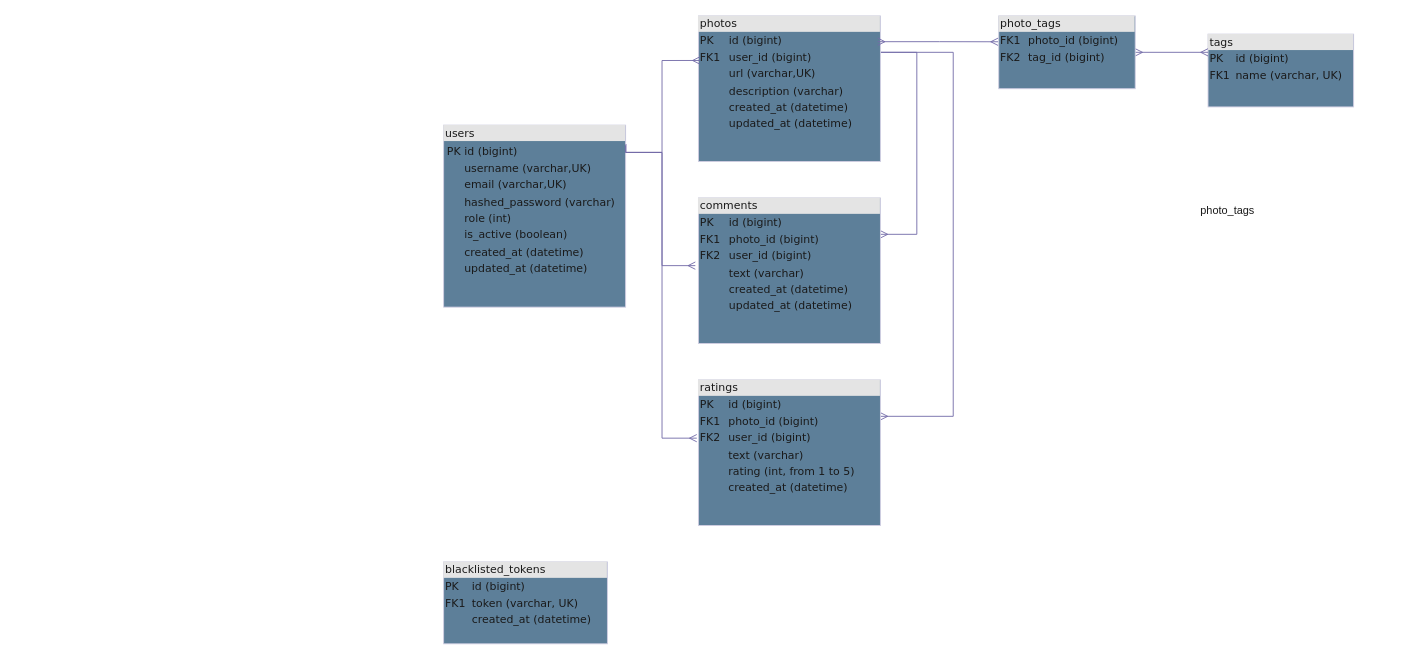
Earlier version of the draw.io diagram PhotoShare.drawio (ValKurta/PhotoShare). Source tidied: cells renumbered, new cells numbered last; positions are measured from the earlier drawing's top-left corner, leaving out a move shared by most shapes. Both pictures are drawn from the tidied source at 91%, with x=0, y=0 at pixel (443, 15).
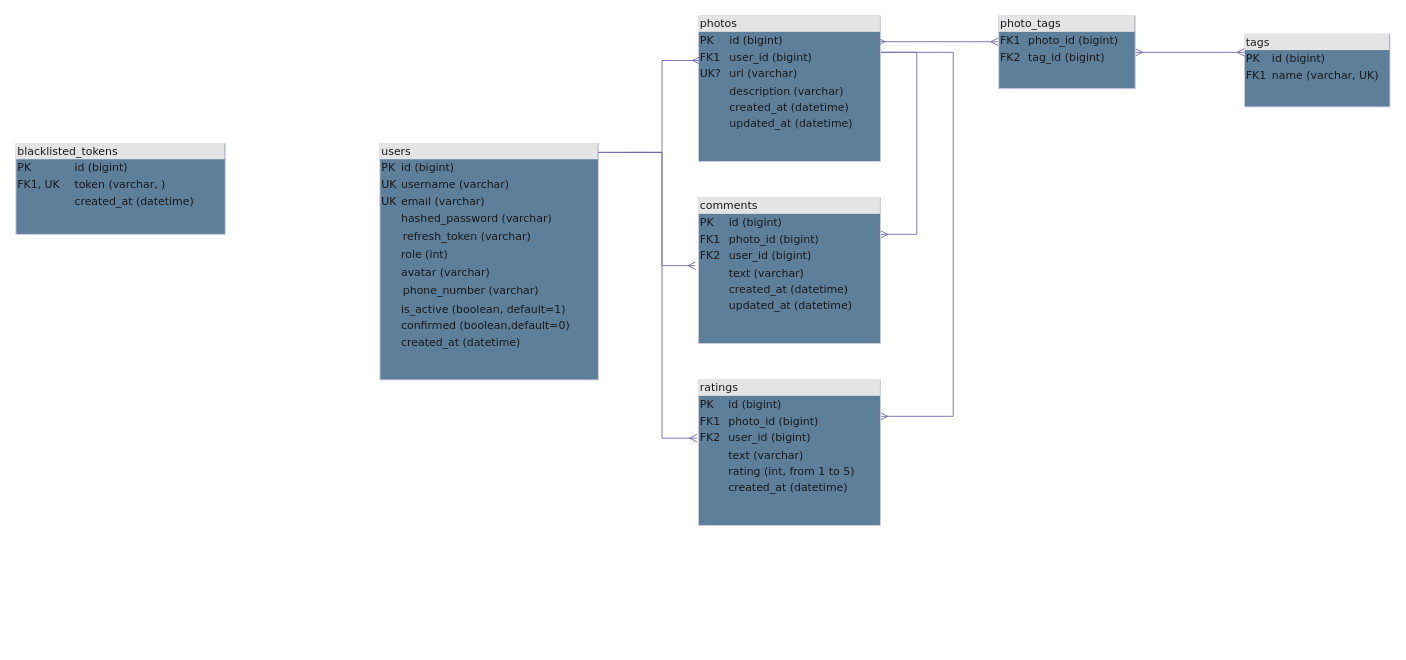
The same page after the edit.

Commit message (it also covers changes not shown here):
gitignore fix drawio model updated

The change refers to these unchanged cells:
```xml
<mxCell id="12" value="&lt;div style=&quot;box-sizing: border-box ; width: 100% ; background: #e4e4e4 ; padding: 2px&quot;&gt;ratings&lt;/div&gt;&lt;table style=&quot;width: 100% ; font-size: 1em&quot; cellpadding=&quot;2&quot; cellspacing=&quot;0&quot;&gt;&lt;tbody&gt;&lt;tr&gt;&lt;td&gt;PK&lt;/td&gt;&lt;td&gt;id&amp;nbsp;(bigint)&lt;br&gt;&lt;/td&gt;&lt;/tr&gt;&lt;tr&gt;&lt;td&gt;FK1&lt;/td&gt;&lt;td&gt;photo_id&amp;nbsp;(bigint)&lt;/td&gt;&lt;/tr&gt;&lt;tr&gt;&lt;td&gt;FK2&lt;/td&gt;&lt;td&gt;user_id&amp;nbsp;(bigint)&lt;/td&gt;&lt;/tr&gt;&lt;tr&gt;&lt;td&gt;&lt;br&gt;&lt;/td&gt;&lt;td&gt;text&amp;nbsp;(varchar)&lt;br&gt;&lt;/td&gt;&lt;/tr&gt;&lt;tr&gt;&lt;td&gt;&lt;br&gt;&lt;/td&gt;&lt;td&gt;rating (int, from 1 to 5)&lt;br&gt;&lt;/td&gt;&lt;/tr&gt;&lt;tr&gt;&lt;td&gt;&lt;br&gt;&lt;/td&gt;&lt;td&gt;created_at&amp;nbsp;(datetime)&lt;br&gt;&lt;/td&gt;&lt;/tr&gt;&lt;tr&gt;&lt;td&gt;&lt;/td&gt;&lt;td&gt;&lt;/td&gt;&lt;/tr&gt;&lt;tr&gt;&lt;td&gt;&lt;/td&gt;&lt;td&gt;&lt;br&gt;&lt;/td&gt;&lt;/tr&gt;&lt;/tbody&gt;&lt;/table&gt;" style="verticalAlign=top;align=left;overflow=fill;html=1;rounded=0;shadow=0;comic=0;labelBackgroundColor=none;strokeWidth=1;fontFamily=Verdana;fontSize=12;fillColor=#5D7F99;strokeColor=#D0CEE2;fontColor=#1A1A1A;" parent="1" vertex="1">
  <mxGeometry x="280" y="400" width="200" height="160" as="geometry" />
</mxCell>
```

What changed in the source:
```diff
@@
     <mxCell id="2" value="&lt;div style=&quot;box-sizing:border-box;width:100%;background:#e4e4e4;padding:2px;&quot;&gt;tags&lt;/div&gt;&lt;table style=&quot;width:100%;font-size:1em;&quot; cellpadding=&quot;2&quot; cellspacing=&quot;0&quot;&gt;&lt;tbody&gt;&lt;tr&gt;&lt;td&gt;PK&lt;/td&gt;&lt;td&gt;id&amp;nbsp;(bigint)&lt;/td&gt;&lt;/tr&gt;&lt;tr&gt;&lt;td&gt;FK1&lt;/td&gt;&lt;td&gt;name&amp;nbsp;(varchar, UK)&lt;br&gt;&lt;/td&gt;&lt;/tr&gt;&lt;tr&gt;&lt;td&gt;&lt;/td&gt;&lt;td&gt;&lt;br&gt;&lt;/td&gt;&lt;/tr&gt;&lt;/tbody&gt;&lt;/table&gt;" style="verticalAlign=top;align=left;overflow=fill;html=1;rounded=0;shadow=0;comic=0;labelBackgroundColor=none;strokeWidth=1;fontFamily=Verdana;fontSize=12;fillColor=#5D7F99;strokeColor=#D0CEE2;fontColor=#1A1A1A;" parent="1" vertex="1">
-      <mxGeometry x="840" y="20" width="160" height="80" as="geometry" />
+      <mxGeometry x="880" y="20" width="160" height="80" as="geometry" />
     </mxCell>
@@
-    <mxCell id="5" value="&lt;div style=&quot;box-sizing: border-box ; width: 100% ; background: #e4e4e4 ; padding: 2px&quot;&gt;photos&lt;/div&gt;&lt;table style=&quot;width: 100% ; font-size: 1em&quot; cellpadding=&quot;2&quot; cellspacing=&quot;0&quot;&gt;&lt;tbody&gt;&lt;tr&gt;&lt;td&gt;PK&lt;/td&gt;&lt;td&gt;id (bigint)&lt;br&gt;&lt;/td&gt;&lt;/tr&gt;&lt;tr&gt;&lt;td&gt;FK1&lt;/td&gt;&lt;td&gt;user_id&amp;nbsp;(bigint)&lt;/td&gt;&lt;/tr&gt;&lt;tr&gt;&lt;td&gt;&lt;/td&gt;&lt;td&gt;url (varchar,UK)&lt;br&gt;&lt;/td&gt;&lt;/tr&gt;&lt;tr&gt;&lt;td&gt;&lt;br&gt;&lt;/td&gt;&lt;td&gt;description&amp;nbsp;(varchar)&lt;br&gt;&lt;/td&gt;&lt;/tr&gt;&lt;tr&gt;&lt;td&gt;&lt;br&gt;&lt;/td&gt;&lt;td&gt;created_at&amp;nbsp;(datetime)&lt;br&gt;&lt;/td&gt;&lt;/tr&gt;&lt;tr&gt;&lt;td&gt;&lt;br&gt;&lt;/td&gt;&lt;td&gt;updated_at&amp;nbsp;(datetime)&lt;br&gt;&lt;/td&gt;&lt;/tr&gt;&lt;tr&gt;&lt;td&gt;&lt;/td&gt;&lt;td&gt;&lt;/td&gt;&lt;/tr&gt;&lt;tr&gt;&lt;td&gt;&lt;/td&gt;&lt;td&gt;&lt;br&gt;&lt;/td&gt;&lt;/tr&gt;&lt;/tbody&gt;&lt;/table&gt;" style="verticalAlign=top;align=left;overflow=fill;html=1;rounded=0;shadow=0;comic=0;labelBackgroundColor=none;strokeWidth=1;fontFamily=Verdana;fontSize=12;fillColor=#5D7F99;strokeColor=#D0CEE2;fontColor=#1A1A1A;" parent="1" vertex="1">
+    <mxCell id="5" value="&lt;div style=&quot;box-sizing: border-box ; width: 100% ; background: #e4e4e4 ; padding: 2px&quot;&gt;photos&lt;/div&gt;&lt;table style=&quot;width: 100% ; font-size: 1em&quot; cellpadding=&quot;2&quot; cellspacing=&quot;0&quot;&gt;&lt;tbody&gt;&lt;tr&gt;&lt;td&gt;PK&lt;/td&gt;&lt;td&gt;id (bigint)&lt;br&gt;&lt;/td&gt;&lt;/tr&gt;&lt;tr&gt;&lt;td&gt;FK1&lt;/td&gt;&lt;td&gt;user_id&amp;nbsp;(bigint)&lt;/td&gt;&lt;/tr&gt;&lt;tr&gt;&lt;td&gt;UK?&lt;/td&gt;&lt;td&gt;url (varchar)&lt;br&gt;&lt;/td&gt;&lt;/tr&gt;&lt;tr&gt;&lt;td&gt;&lt;br&gt;&lt;/td&gt;&lt;td&gt;description&amp;nbsp;(varchar)&lt;br&gt;&lt;/td&gt;&lt;/tr&gt;&lt;tr&gt;&lt;td&gt;&lt;br&gt;&lt;/td&gt;&lt;td&gt;created_at&amp;nbsp;(datetime)&lt;br&gt;&lt;/td&gt;&lt;/tr&gt;&lt;tr&gt;&lt;td&gt;&lt;br&gt;&lt;/td&gt;&lt;td&gt;updated_at&amp;nbsp;(datetime)&lt;br&gt;&lt;/td&gt;&lt;/tr&gt;&lt;tr&gt;&lt;td&gt;&lt;/td&gt;&lt;td&gt;&lt;/td&gt;&lt;/tr&gt;&lt;tr&gt;&lt;td&gt;&lt;/td&gt;&lt;td&gt;&lt;br&gt;&lt;/td&gt;&lt;/tr&gt;&lt;/tbody&gt;&lt;/table&gt;" style="verticalAlign=top;align=left;overflow=fill;html=1;rounded=0;shadow=0;comic=0;labelBackgroundColor=none;strokeWidth=1;fontFamily=Verdana;fontSize=12;fillColor=#5D7F99;strokeColor=#D0CEE2;fontColor=#1A1A1A;" parent="1" vertex="1">
       <mxGeometry x="280" width="200" height="160" as="geometry" />
     </mxCell>
-    <mxCell id="6" value="&lt;div style=&quot;box-sizing:border-box;width:100%;background:#e4e4e4;padding:2px;&quot;&gt;blacklisted_tokens&lt;/div&gt;&lt;table style=&quot;width:100%;font-size:1em;&quot; cellpadding=&quot;2&quot; cellspacing=&quot;0&quot;&gt;&lt;tbody&gt;&lt;tr&gt;&lt;td&gt;PK&lt;/td&gt;&lt;td&gt;id&amp;nbsp;(bigint)&lt;/td&gt;&lt;/tr&gt;&lt;tr&gt;&lt;td&gt;FK1&lt;/td&gt;&lt;td&gt;token&amp;nbsp;(varchar, UK)&lt;br&gt;&lt;/td&gt;&lt;/tr&gt;&lt;tr&gt;&lt;td&gt;&lt;/td&gt;&lt;td&gt;created_at&amp;nbsp;(datetime)&lt;/td&gt;&lt;/tr&gt;&lt;/tbody&gt;&lt;/table&gt;" style="verticalAlign=top;align=left;overflow=fill;html=1;rounded=0;shadow=0;comic=0;labelBackgroundColor=none;strokeWidth=1;fontFamily=Verdana;fontSize=12;fillColor=#5D7F99;strokeColor=#D0CEE2;fontColor=#1A1A1A;" parent="1" vertex="1">
-      <mxGeometry y="600" width="180" height="90" as="geometry" />
+    <mxCell id="6" value="&lt;div style=&quot;box-sizing:border-box;width:100%;background:#e4e4e4;padding:2px;&quot;&gt;blacklisted_tokens&lt;/div&gt;&lt;table style=&quot;width:100%;font-size:1em;&quot; cellpadding=&quot;2&quot; cellspacing=&quot;0&quot;&gt;&lt;tbody&gt;&lt;tr&gt;&lt;td&gt;PK&lt;/td&gt;&lt;td&gt;id&amp;nbsp;(bigint)&lt;/td&gt;&lt;/tr&gt;&lt;tr&gt;&lt;td&gt;FK1, UK&lt;/td&gt;&lt;td&gt;token&amp;nbsp;(varchar, )&lt;br&gt;&lt;/td&gt;&lt;/tr&gt;&lt;tr&gt;&lt;td&gt;&lt;/td&gt;&lt;td&gt;created_at&amp;nbsp;(datetime)&lt;/td&gt;&lt;/tr&gt;&lt;/tbody&gt;&lt;/table&gt;" style="verticalAlign=top;align=left;overflow=fill;html=1;rounded=0;shadow=0;comic=0;labelBackgroundColor=none;strokeWidth=1;fontFamily=Verdana;fontSize=12;fillColor=#5D7F99;strokeColor=#D0CEE2;fontColor=#1A1A1A;" parent="1" vertex="1">
+      <mxGeometry x="-470" y="140" width="230" height="100" as="geometry" />
     </mxCell>
-    <mxCell id="7" value="&lt;div style=&quot;box-sizing: border-box ; width: 100% ; background: #e4e4e4 ; padding: 2px&quot;&gt;users&lt;/div&gt;&lt;table style=&quot;width: 100% ; font-size: 1em&quot; cellpadding=&quot;2&quot; cellspacing=&quot;0&quot;&gt;&lt;tbody&gt;&lt;tr&gt;&lt;td&gt;&lt;table style=&quot;font-size: 1em; width: 180px;&quot; cellpadding=&quot;2&quot; cellspacing=&quot;0&quot;&gt;&lt;tbody&gt;&lt;tr&gt;&lt;td&gt;PK&lt;/td&gt;&lt;td&gt;id (bigint)&lt;/td&gt;&lt;/tr&gt;&lt;tr&gt;&lt;td&gt;&lt;br&gt;&lt;/td&gt;&lt;td&gt;username (varchar,UK)&lt;br&gt;&lt;/td&gt;&lt;/tr&gt;&lt;tr&gt;&lt;td&gt;&lt;/td&gt;&lt;td&gt;email&amp;nbsp;(varchar,UK)&lt;/td&gt;&lt;/tr&gt;&lt;tr&gt;&lt;td&gt;&lt;br&gt;&lt;/td&gt;&lt;td&gt;hashed_password&amp;nbsp;(varchar)&lt;br&gt;&lt;/td&gt;&lt;/tr&gt;&lt;tr&gt;&lt;td&gt;&lt;br&gt;&lt;/td&gt;&lt;td&gt;role (int)&lt;br&gt;&lt;/td&gt;&lt;/tr&gt;&lt;tr&gt;&lt;td&gt;&lt;br&gt;&lt;/td&gt;&lt;td&gt;is_active (boolean)&lt;br&gt;&lt;/td&gt;&lt;/tr&gt;&lt;tr&gt;&lt;td&gt;&lt;br&gt;&lt;/td&gt;&lt;td&gt;created_at (datetime)&lt;br&gt;&lt;/td&gt;&lt;/tr&gt;&lt;tr&gt;&lt;td&gt;&lt;br&gt;&lt;/td&gt;&lt;td&gt;updated_at (datetime)&lt;br&gt;&lt;/td&gt;&lt;/tr&gt;&lt;tr&gt;&lt;td&gt;&lt;/td&gt;&lt;td&gt;&lt;br&gt;&lt;/td&gt;&lt;/tr&gt;&lt;tr&gt;&lt;td&gt;&lt;br&gt;&lt;/td&gt;&lt;td&gt;&lt;br&gt;&lt;/td&gt;&lt;/tr&gt;&lt;/tbody&gt;&lt;/table&gt;&lt;/td&gt;&lt;td&gt;&lt;br&gt;&lt;/td&gt;&lt;/tr&gt;&lt;tr&gt;&lt;td&gt;&lt;/td&gt;&lt;td&gt;&lt;span style=&quot;white-space: pre;&quot;&gt;&#9;&lt;/span&gt;&lt;br&gt;&lt;/td&gt;&lt;/tr&gt;&lt;/tbody&gt;&lt;/table&gt;" style="verticalAlign=top;align=left;overflow=fill;html=1;rounded=0;shadow=0;comic=0;labelBackgroundColor=none;strokeWidth=1;fontFamily=Verdana;fontSize=12;fillColor=#5D7F99;strokeColor=#D0CEE2;fontColor=#1A1A1A;" parent="1" vertex="1">
-      <mxGeometry y="120" width="200" height="200" as="geometry" />
+    <mxCell id="7" value="&lt;div style=&quot;text-align: justify; box-sizing: border-box; width: 100%; background: rgb(228, 228, 228); padding: 2px; line-height: 120%;&quot;&gt;&lt;font style=&quot;font-size: 12px;&quot;&gt;users&lt;/font&gt;&lt;/div&gt;&lt;table style=&quot;color: rgb(255, 255, 255); font-size: 1em; width: 220px;&quot; cellpadding=&quot;2&quot; cellspacing=&quot;0&quot;&gt;&lt;tbody&gt;&lt;tr&gt;&lt;td style=&quot;&quot;&gt;&lt;span style=&quot;color: rgb(26, 26, 26);&quot;&gt;PK&lt;/span&gt;&lt;/td&gt;&lt;td style=&quot;&quot;&gt;&lt;span style=&quot;color: rgb(26, 26, 26);&quot;&gt;id (bigint)&lt;/span&gt;&lt;br&gt;&lt;/td&gt;&lt;/tr&gt;&lt;tr&gt;&lt;td style=&quot;&quot;&gt;&lt;span style=&quot;color: rgb(26, 26, 26);&quot;&gt;UK&lt;/span&gt;&lt;br&gt;&lt;/td&gt;&lt;td style=&quot;&quot;&gt;&lt;span style=&quot;color: rgb(26, 26, 26);&quot;&gt;username (varchar)&lt;/span&gt;&lt;br&gt;&lt;/td&gt;&lt;/tr&gt;&lt;tr&gt;&lt;td style=&quot;&quot;&gt;&lt;font color=&quot;#1a1a1a&quot;&gt;UK&lt;/font&gt;&lt;/td&gt;&lt;td style=&quot;&quot;&gt;&lt;span style=&quot;color: rgb(26, 26, 26);&quot;&gt;email&amp;nbsp;(varchar)&lt;/span&gt;&lt;/td&gt;&lt;/tr&gt;&lt;tr&gt;&lt;td style=&quot;&quot;&gt;&lt;br&gt;&lt;/td&gt;&lt;td style=&quot;&quot;&gt;&lt;span style=&quot;color: rgb(26, 26, 26);&quot;&gt;hashed_password&amp;nbsp;(varchar)&lt;/span&gt;&lt;/td&gt;&lt;/tr&gt;&lt;tr&gt;&lt;td style=&quot;&quot;&gt;&lt;br&gt;&lt;/td&gt;&lt;td&gt;&lt;table style=&quot;color: rgb(26, 26, 26); font-size: 1em; width: 180px;&quot; cellpadding=&quot;2&quot; cellspacing=&quot;0&quot;&gt;&lt;tbody&gt;&lt;tr&gt;&lt;td&gt;refresh_token (varchar)&lt;br&gt;&lt;/td&gt;&lt;/tr&gt;&lt;tr&gt;&lt;/tr&gt;&lt;/tbody&gt;&lt;/table&gt;&lt;/td&gt;&lt;/tr&gt;&lt;tr&gt;&lt;td style=&quot;&quot;&gt;&lt;br&gt;&lt;/td&gt;&lt;td style=&quot;&quot;&gt;&lt;span style=&quot;color: rgb(26, 26, 26);&quot;&gt;role (int)&lt;/span&gt;&lt;br style=&quot;color: rgb(26, 26, 26);&quot;&gt;&lt;/td&gt;&lt;/tr&gt;&lt;tr&gt;&lt;td style=&quot;&quot;&gt;&lt;br&gt;&lt;/td&gt;&lt;td style=&quot;&quot;&gt;&lt;span style=&quot;color: rgb(26, 26, 26);&quot;&gt;avatar (varchar)&lt;/span&gt;&lt;/td&gt;&lt;/tr&gt;&lt;tr&gt;&lt;td style=&quot;&quot;&gt;&lt;br&gt;&lt;/td&gt;&lt;td&gt;&lt;table style=&quot;color: rgb(26, 26, 26); font-size: 1em; width: 180px;&quot; cellpadding=&quot;2&quot; cellspacing=&quot;0&quot;&gt;&lt;tbody&gt;&lt;tr&gt;&lt;td&gt;phone_number (varchar)&lt;/td&gt;&lt;/tr&gt;&lt;tr&gt;&lt;/tr&gt;&lt;/tbody&gt;&lt;/table&gt;&lt;/td&gt;&lt;/tr&gt;&lt;tr&gt;&lt;td style=&quot;&quot;&gt;&lt;br&gt;&lt;/td&gt;&lt;td style=&quot;&quot;&gt;&lt;span style=&quot;color: rgb(26, 26, 26);&quot;&gt;is_active (boolean, default=1)&lt;/span&gt;&lt;/td&gt;&lt;/tr&gt;&lt;tr&gt;&lt;td style=&quot;&quot;&gt;&lt;br&gt;&lt;/td&gt;&lt;td style=&quot;&quot;&gt;&lt;span style=&quot;color: rgb(26, 26, 26);&quot;&gt;confirmed (boolean,default=0)&lt;/span&gt;&lt;/td&gt;&lt;/tr&gt;&lt;tr&gt;&lt;td style=&quot;&quot;&gt;&lt;br&gt;&lt;/td&gt;&lt;td style=&quot;&quot;&gt;&lt;span style=&quot;color: rgb(26, 26, 26);&quot;&gt;created_at (datetime)&lt;/span&gt;&lt;/td&gt;&lt;/tr&gt;&lt;/tbody&gt;&lt;/table&gt;&lt;table style=&quot;text-align: justify; width: 100%;&quot; cellpadding=&quot;2&quot; cellspacing=&quot;0&quot;&gt;&lt;tbody&gt;&lt;/tbody&gt;&lt;/table&gt;" style="verticalAlign=top;align=left;overflow=fill;html=1;rounded=0;shadow=0;comic=0;labelBackgroundColor=none;strokeWidth=1;fontFamily=Verdana;fontSize=12;fillColor=#5D7F99;strokeColor=#D0CEE2;fontColor=#1A1A1A;" parent="1" vertex="1">
+      <mxGeometry x="-70" y="140" width="240" height="260" as="geometry" />
     </mxCell>
-    <mxCell id="8" value="photo_tags" style="text;whiteSpace=wrap;html=1;fontColor=#1A1A1A;" parent="1" vertex="1">
-      <mxGeometry x="830" y="200" width="90" height="40" as="geometry" />
-    </mxCell>
@@
-    <mxCell id="13" style="edgeStyle=orthogonalEdgeStyle;rounded=0;jettySize=auto;html=1;exitX=0.999;exitY=0.111;exitDx=0;exitDy=0;entryX=0.008;entryY=0.306;entryDx=0;entryDy=0;entryPerimeter=0;strokeColor=#736CA8;fontColor=default;strokeWidth=1;startArrow=none;startFill=0;endArrow=ERmany;endFill=0;align=left;labelBackgroundColor=default;exitPerimeter=0;" parent="1" edge="1" source="7" target="5">
+    <mxCell id="13" style="edgeStyle=orthogonalEdgeStyle;rounded=0;jettySize=auto;html=1;entryX=0.008;entryY=0.306;entryDx=0;entryDy=0;entryPerimeter=0;strokeColor=#736CA8;fontColor=default;strokeWidth=1;startArrow=none;startFill=0;endArrow=ERmany;endFill=0;align=left;labelBackgroundColor=default;" parent="1" edge="1" target="5">
       <mxGeometry relative="1" as="geometry">
+        <mxPoint x="170" y="150" as="sourcePoint" />
         <Array as="points">
-          <mxPoint x="200" y="150" />
+          <mxPoint x="170" y="150" />
           <mxPoint x="240" y="150" />
           <mxPoint x="240" y="49" />
         </Array>
       </mxGeometry>
     </mxCell>
@@
-    <mxCell id="15" style="edgeStyle=orthogonalEdgeStyle;rounded=0;jettySize=auto;html=1;exitX=1.002;exitY=0.104;exitDx=0;exitDy=0;entryX=-0.009;entryY=0.4;entryDx=0;entryDy=0;entryPerimeter=0;strokeColor=#736CA8;fontColor=#1A1A1A;endArrow=ERmany;endFill=0;exitPerimeter=0;" parent="1" edge="1" source="7" target="12">
+    <mxCell id="15" style="edgeStyle=orthogonalEdgeStyle;rounded=0;jettySize=auto;html=1;entryX=-0.009;entryY=0.4;entryDx=0;entryDy=0;entryPerimeter=0;strokeColor=#736CA8;fontColor=#1A1A1A;endArrow=ERmany;endFill=0;exitX=1;exitY=0.038;exitDx=0;exitDy=0;exitPerimeter=0;" parent="1" edge="1" source="7" target="12">
       <mxGeometry relative="1" as="geometry">
         <Array as="points">
           <mxPoint x="240" y="150" />
           <mxPoint x="240" y="464" />
         </Array>
       </mxGeometry>
     </mxCell>
```
